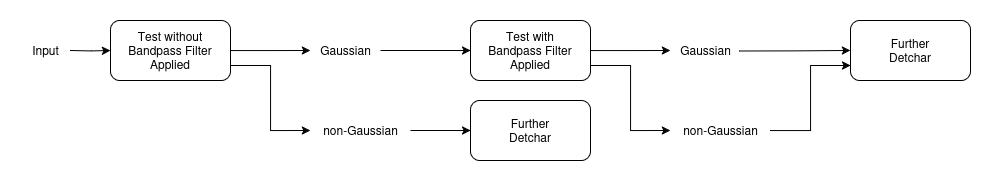
The draw.io diagram images/double_testing_workflow.png in ashishmathew0297/gwpy-experiments, before a commit. Source tidied: cells renumbered, new cells last; positions are measured from the earlier drawing's top-left corner, leaving out a move shared by most shapes.
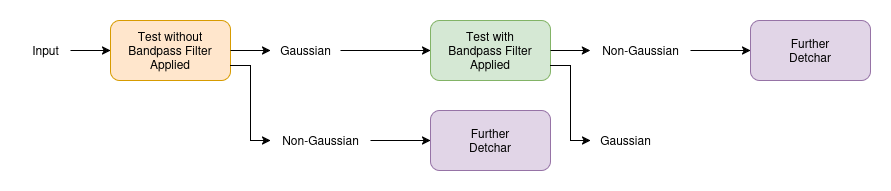
The same file after the commit.

The edit, as a diff of the source:
```diff
@@ -2,80 +2,54 @@
   <root>
     <mxCell id="0" />
     <mxCell id="1" parent="0" />
-    <mxCell id="2" style="edgeStyle=orthogonalEdgeStyle;rounded=0;jettySize=auto;html=1;" parent="1" edge="1" source="5">
-      <mxGeometry relative="1" as="geometry">
-        <mxPoint x="290" y="30" as="targetPoint" />
-      </mxGeometry>
-    </mxCell>
-    <mxCell id="3" style="edgeStyle=orthogonalEdgeStyle;rounded=0;jettySize=auto;html=1;exitX=1;exitY=0.75;exitDx=0;exitDy=0;" parent="1" edge="1" source="5">
-      <mxGeometry relative="1" as="geometry">
-        <mxPoint x="290" y="110" as="targetPoint" />
-        <Array as="points">
-          <mxPoint x="250" y="45" />
-          <mxPoint x="250" y="110" />
-        </Array>
-      </mxGeometry>
-    </mxCell>
-    <mxCell id="4" style="edgeStyle=orthogonalEdgeStyle;rounded=0;jettySize=auto;html=1;exitX=0;exitY=0.5;exitDx=0;exitDy=0;entryX=0;entryY=0.5;entryDx=0;entryDy=0;" parent="1" edge="1" target="5">
-      <mxGeometry relative="1" as="geometry">
-        <mxPoint x="50" y="30" as="sourcePoint" />
-      </mxGeometry>
-    </mxCell>
+    <mxCell id="11" value="&lt;div&gt;Test with&lt;/div&gt;&lt;div&gt;Bandpass Filter&lt;/div&gt;&lt;div&gt;Applied&lt;/div&gt;" style="rounded=1;whiteSpace=wrap;html=1;fillColor=#d5e8d4;strokeColor=#82b366;" parent="1" vertex="1">
+      <mxGeometry x="410" width="120" height="60" as="geometry" />
+    </mxCell>
-    <mxCell id="5" value="&lt;div&gt;Test without&lt;/div&gt;&lt;div&gt;Bandpass Filter&lt;/div&gt;&lt;div&gt;Applied&lt;/div&gt;" style="rounded=1;whiteSpace=wrap;html=1;" parent="1" vertex="1">
+    <mxCell id="5" value="&lt;div&gt;Test without&lt;/div&gt;&lt;div&gt;Bandpass Filter&lt;/div&gt;&lt;div&gt;Applied&lt;/div&gt;" style="rounded=1;whiteSpace=wrap;html=1;fillColor=#ffe6cc;strokeColor=#d79b00;" parent="1" vertex="1">
       <mxGeometry x="90" width="120" height="60" as="geometry" />
     </mxCell>
-    <mxCell id="6" style="edgeStyle=orthogonalEdgeStyle;rounded=0;jettySize=auto;html=1;" parent="1" edge="1" source="7" target="11">
-      <mxGeometry relative="1" as="geometry" />
-    </mxCell>
-    <mxCell id="7" value="Gaussian" style="text;html=1;align=center;verticalAlign=middle;points=[];strokeColor=none;fillColor=none;" parent="1" vertex="1">
-      <mxGeometry x="290" y="15" width="70" height="30" as="geometry" />
-    </mxCell>
-    <mxCell id="8" style="edgeStyle=orthogonalEdgeStyle;rounded=0;jettySize=auto;html=1;entryX=0;entryY=0.5;entryDx=0;entryDy=0;" parent="1" edge="1" source="9" target="10">
-      <mxGeometry relative="1" as="geometry" />
-    </mxCell>
-    <mxCell id="9" value="&lt;div&gt;non-Gaussian&lt;/div&gt;" style="text;html=1;align=center;verticalAlign=middle;points=[];strokeColor=none;fillColor=none;" parent="1" vertex="1">
-      <mxGeometry x="290" y="95" width="100" height="30" as="geometry" />
-    </mxCell>
-    <mxCell id="10" value="&lt;div&gt;Further&lt;/div&gt;&lt;div&gt;Detchar&lt;/div&gt;" style="rounded=1;whiteSpace=wrap;html=1;" parent="1" vertex="1">
-      <mxGeometry x="450" y="80" width="120" height="60" as="geometry" />
-    </mxCell>
-    <mxCell id="11" value="&lt;div&gt;Test with&lt;/div&gt;&lt;div&gt;Bandpass Filter&lt;/div&gt;&lt;div&gt;Applied&lt;/div&gt;" style="rounded=1;whiteSpace=wrap;html=1;" parent="1" vertex="1">
-      <mxGeometry x="450" width="120" height="60" as="geometry" />
-    </mxCell>
-    <mxCell id="12" style="edgeStyle=orthogonalEdgeStyle;rounded=0;jettySize=auto;html=1;" parent="1" edge="1" source="11">
-      <mxGeometry relative="1" as="geometry">
-        <mxPoint x="650" y="30" as="targetPoint" />
-      </mxGeometry>
-    </mxCell>
-    <mxCell id="13" style="edgeStyle=orthogonalEdgeStyle;rounded=0;jettySize=auto;html=1;exitX=1;exitY=0.75;exitDx=0;exitDy=0;" parent="1" edge="1" source="11">
-      <mxGeometry relative="1" as="geometry">
-        <mxPoint x="650" y="110" as="targetPoint" />
-        <Array as="points">
-          <mxPoint x="610" y="45" />
-          <mxPoint x="610" y="110" />
-        </Array>
-      </mxGeometry>
-    </mxCell>
-    <mxCell id="14" value="Gaussian" style="text;html=1;align=center;verticalAlign=middle;points=[];strokeColor=none;fillColor=none;" parent="1" vertex="1">
-      <mxGeometry x="650" y="15" width="70" height="30" as="geometry" />
-    </mxCell>
-    <mxCell id="15" value="&lt;div&gt;non-Gaussian&lt;/div&gt;" style="text;html=1;align=center;verticalAlign=middle;points=[];strokeColor=none;fillColor=none;" parent="1" vertex="1">
-      <mxGeometry x="650" y="95" width="100" height="30" as="geometry" />
-    </mxCell>
-    <mxCell id="16" style="edgeStyle=orthogonalEdgeStyle;rounded=0;jettySize=auto;html=1;exitX=0.981;exitY=0.518;exitDx=0;exitDy=0;exitPerimeter=0;entryX=0;entryY=0.5;entryDx=0;entryDy=0;" parent="1" edge="1" source="14" target="18">
-      <mxGeometry relative="1" as="geometry" />
-    </mxCell>
-    <mxCell id="17" style="edgeStyle=orthogonalEdgeStyle;rounded=0;jettySize=auto;html=1;" parent="1" edge="1" source="15" target="18">
-      <mxGeometry relative="1" as="geometry">
-        <Array as="points">
-          <mxPoint x="790" y="110" />
-          <mxPoint x="790" y="45" />
-        </Array>
-      </mxGeometry>
-    </mxCell>
-    <mxCell id="18" value="&lt;div&gt;Further&lt;/div&gt;&lt;div&gt;Detchar&lt;/div&gt;" style="rounded=1;whiteSpace=wrap;html=1;" parent="1" vertex="1">
-      <mxGeometry x="830" width="120" height="60" as="geometry" />
-    </mxCell>
+    <mxCell id="20" value="&lt;div&gt;Further&lt;/div&gt;&lt;div&gt;Detchar&lt;/div&gt;" style="rounded=1;whiteSpace=wrap;html=1;fillStyle=auto;fillColor=#e1d5e7;strokeColor=#9673a6;gradientDirection=east;" parent="1" vertex="1">
+      <mxGeometry x="410" y="90" width="120" height="60" as="geometry" />
+    </mxCell>
+    <mxCell id="21" value="&lt;div&gt;Further&lt;/div&gt;&lt;div&gt;Detchar&lt;/div&gt;" style="rounded=1;whiteSpace=wrap;html=1;fillColor=#e1d5e7;strokeColor=#9673a6;" parent="1" vertex="1">
+      <mxGeometry x="730" width="120" height="60" as="geometry" />
+    </mxCell>
+    <mxCell id="22" style="edgeStyle=orthogonalEdgeStyle;rounded=0;jettySize=auto;html=1;entryX=0;entryY=0.5;entryDx=0;entryDy=0;" parent="1" edge="1" source="23" target="11">
+      <mxGeometry relative="1" as="geometry" />
+    </mxCell>
+    <mxCell id="23" value="Gaussian" style="text;html=1;align=center;verticalAlign=middle;points=[];fillStyle=auto;" parent="1" vertex="1">
+      <mxGeometry x="250" y="15" width="70" height="30" as="geometry" />
+    </mxCell>
+    <mxCell id="24" style="edgeStyle=orthogonalEdgeStyle;rounded=0;jettySize=auto;html=1;entryX=0;entryY=0.5;entryDx=0;entryDy=0;" parent="1" edge="1" source="25" target="20">
+      <mxGeometry relative="1" as="geometry" />
+    </mxCell>
+    <mxCell id="25" value="Non-Gaussian" style="text;html=1;align=center;verticalAlign=middle;points=[];strokeColor=none;fillColor=none;" parent="1" vertex="1">
+      <mxGeometry x="250" y="105" width="100" height="30" as="geometry" />
+    </mxCell>
+    <mxCell id="26" style="edgeStyle=orthogonalEdgeStyle;rounded=0;jettySize=auto;html=1;entryX=0;entryY=0.5;entryDx=0;entryDy=0;" parent="1" edge="1" source="27" target="21">
+      <mxGeometry relative="1" as="geometry" />
+    </mxCell>
+    <mxCell id="27" value="Non-Gaussian" style="text;html=1;align=center;verticalAlign=middle;points=[];strokeColor=none;fillColor=none;" parent="1" vertex="1">
+      <mxGeometry x="570" y="15" width="100" height="30" as="geometry" />
+    </mxCell>
+    <mxCell id="28" style="edgeStyle=orthogonalEdgeStyle;rounded=0;jettySize=auto;html=1;exitX=1;exitY=0.5;exitDx=0;exitDy=0;entryX=-0.002;entryY=0.478;entryDx=0;entryDy=0;entryPerimeter=0;" parent="1" edge="1" source="11" target="27">
+      <mxGeometry relative="1" as="geometry" />
+    </mxCell>
+    <mxCell id="29" style="edgeStyle=orthogonalEdgeStyle;rounded=0;jettySize=auto;html=1;entryX=0;entryY=0.5;entryDx=0;entryDy=0;entryPerimeter=0;" parent="1" edge="1" source="5" target="23">
+      <mxGeometry relative="1" as="geometry" />
+    </mxCell>
+    <mxCell id="30" style="edgeStyle=orthogonalEdgeStyle;rounded=0;jettySize=auto;html=1;exitX=1;exitY=0.75;exitDx=0;exitDy=0;entryX=0;entryY=0.5;entryDx=0;entryDy=0;entryPerimeter=0;" parent="1" edge="1" source="5" target="25">
+      <mxGeometry relative="1" as="geometry" />
+    </mxCell>
+    <mxCell id="31" value="Gaussian" style="text;html=1;align=center;verticalAlign=middle;points=[];strokeColor=none;fillColor=none;" parent="1" vertex="1">
+      <mxGeometry x="570" y="105" width="70" height="30" as="geometry" />
+    </mxCell>
+    <mxCell id="32" style="edgeStyle=orthogonalEdgeStyle;rounded=0;jettySize=auto;html=1;exitX=1;exitY=0.75;exitDx=0;exitDy=0;entryX=0;entryY=0.5;entryDx=0;entryDy=0;entryPerimeter=0;" parent="1" edge="1" source="11" target="31">
+      <mxGeometry relative="1" as="geometry" />
+    </mxCell>
+    <mxCell id="33" style="edgeStyle=orthogonalEdgeStyle;rounded=0;jettySize=auto;html=1;entryX=0;entryY=0.5;entryDx=0;entryDy=0;" parent="1" edge="1" source="19" target="5">
+      <mxGeometry relative="1" as="geometry" />
+    </mxCell>
     <mxCell id="19" value="Input" style="text;html=1;align=center;verticalAlign=middle;points=[];strokeColor=none;fillColor=none;" parent="1" vertex="1">
       <mxGeometry y="15" width="50" height="30" as="geometry" />
     </mxCell>
```
